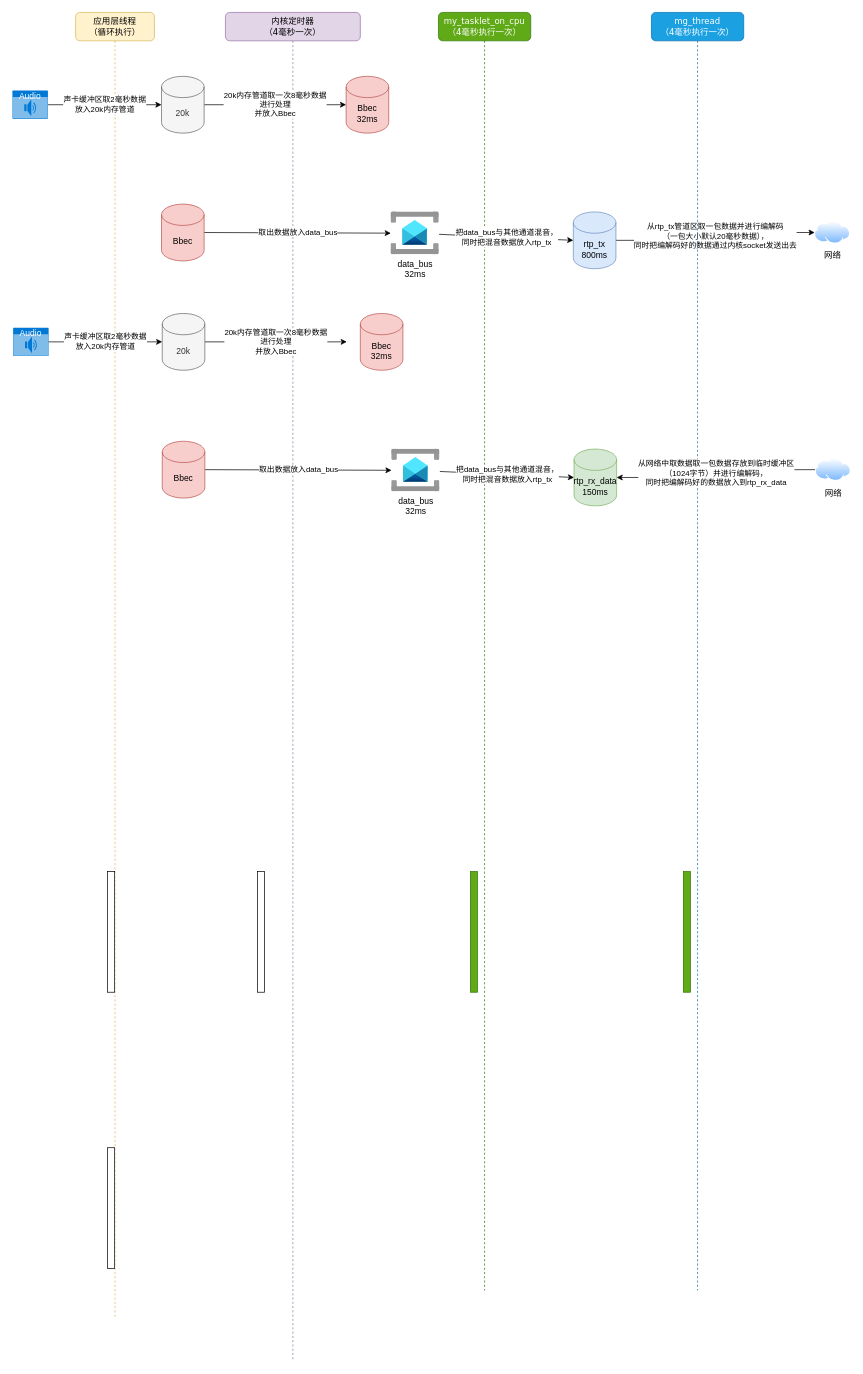
uyuy2043/yy keeps this draw.io diagram as cwp缓冲区数据流图.drawio. Above is the earlier version. Source tidied: cells renumbered, new cells numbered last; positions are measured from the earlier drawing's top-left corner, leaving out a move shared by most shapes. Both pictures are drawn from the tidied source at 71%, with x=0, y=0 at pixel (12, 12).
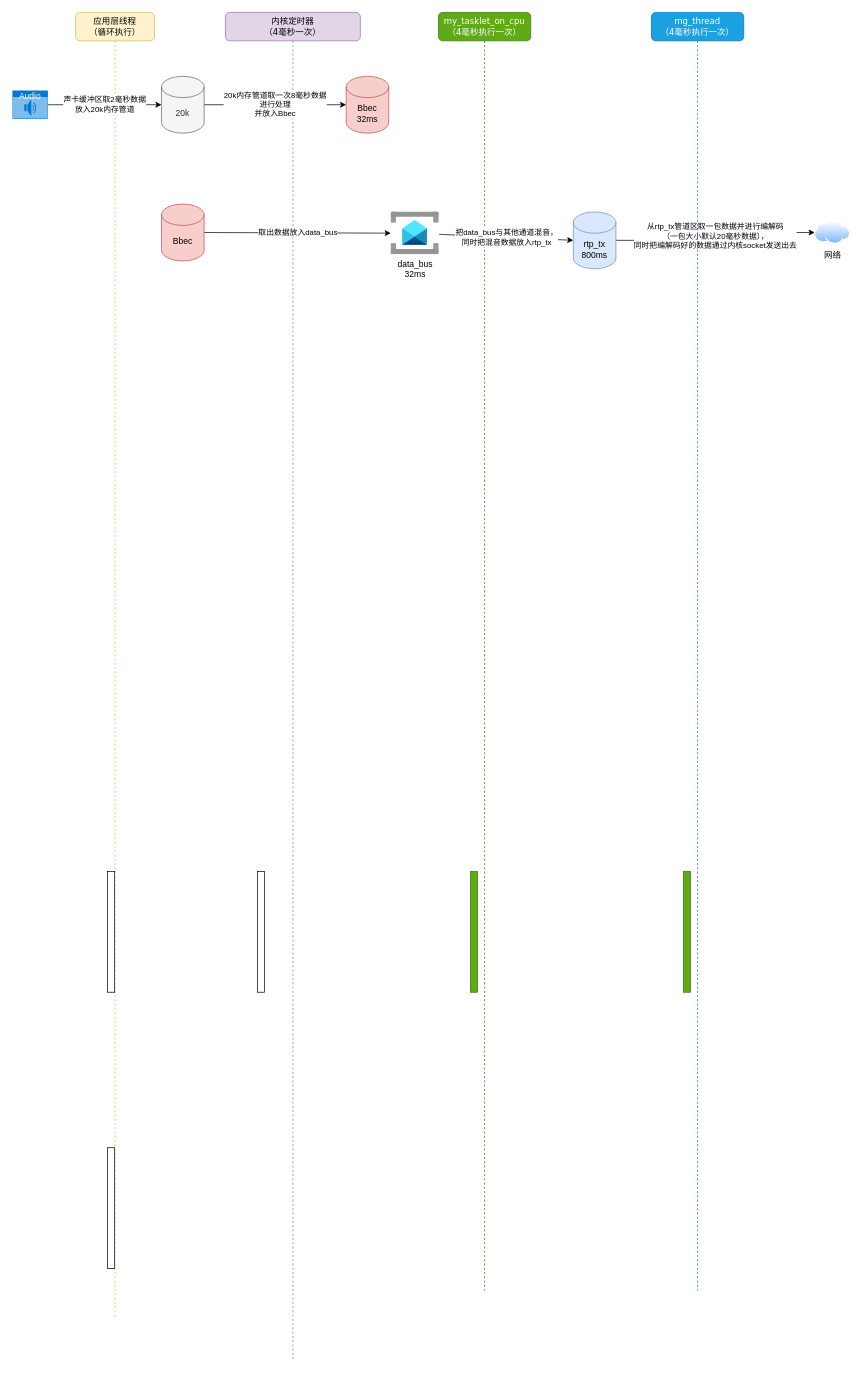
The same page after the edit.

Commit message (it also covers changes not shown here):
更新cwp缓冲区数据流图.drawio

Diff of the diagram source:
```diff
@@
-    <mxCell id="23" value="Audio" style="html=1;whiteSpace=wrap;strokeColor=none;fillColor=#0079D6;labelPosition=center;verticalLabelPosition=middle;verticalAlign=top;align=center;fontSize=12;outlineConnect=0;spacingTop=-6;fontColor=#FFFFFF;sketch=0;shape=mxgraph.sitemap.audio;" parent="1" vertex="1">
-      <mxGeometry x="1" y="444" width="50" height="40" as="geometry" />
-    </mxCell>
-    <mxCell id="24" value="20k内存管道取一次8毫秒数据&lt;br&gt;进行处理&lt;br&gt;并放入Bbec" style="edgeStyle=orthogonalEdgeStyle;rounded=0;orthogonalLoop=1;jettySize=auto;html=1;" parent="1" edge="1">
-      <mxGeometry relative="1" as="geometry">
-        <mxPoint x="271" y="464" as="sourcePoint" />
-        <mxPoint x="471" y="464" as="targetPoint" />
-      </mxGeometry>
-    </mxCell>
-    <mxCell id="25" value="取出数据放入data_bus" style="rounded=0;jettySize=auto;html=1;exitX=1;exitY=0.5;exitDx=0;exitDy=0;exitPerimeter=0;" parent="1" edge="1" source="30" target="32">
-      <mxGeometry relative="1" as="geometry" />
-    </mxCell>
-    <mxCell id="26" value="声卡缓冲区取2毫秒数据&lt;br&gt;放入20k内存管道" style="edgeStyle=orthogonalEdgeStyle;rounded=0;jettySize=auto;html=1;entryX=0;entryY=0.5;entryDx=0;entryDy=0;entryPerimeter=0;" parent="1" edge="1" source="23">
-      <mxGeometry relative="1" as="geometry">
-        <mxPoint x="211" y="464" as="targetPoint" />
-      </mxGeometry>
-    </mxCell>
-    <mxCell id="27" value="从网络中取数据取一包数据存放到临时缓冲区&lt;br&gt;（1024字节）并进行编解码，&lt;br&gt;同时把编解码好的数据放入到rtp_rx_data" style="edgeStyle=orthogonalEdgeStyle;rounded=0;jettySize=auto;html=1;startArrow=classic;startFill=1;endArrow=none;endFill=0;" parent="1" edge="1" source="28" target="31">
-      <mxGeometry relative="1" as="geometry" />
-    </mxCell>
-    <mxCell id="28" value="rtp_rx_data&lt;br&gt;150ms" style="shape=cylinder3;whiteSpace=wrap;html=1;boundedLbl=1;backgroundOutline=1;size=15;fillColor=#d5e8d4;strokeColor=#82b366;" parent="1" vertex="1">
-      <mxGeometry x="791" y="615" width="60" height="80" as="geometry" />
-    </mxCell>
-    <mxCell id="29" value="把data_bus与其他通道混音，&lt;br&gt;同时把混音数据放入rtp_tx" style="rounded=0;jettySize=auto;html=1;entryX=0;entryY=0.5;entryDx=0;entryDy=0;entryPerimeter=0;" parent="1" edge="1" source="32" target="28">
-      <mxGeometry relative="1" as="geometry" />
-    </mxCell>
-    <mxCell id="30" value="Bbec" style="shape=cylinder3;whiteSpace=wrap;html=1;boundedLbl=1;backgroundOutline=1;size=15;fillColor=#f8cecc;strokeColor=#b85450;" parent="1" vertex="1">
-      <mxGeometry x="211" y="604" width="60" height="80" as="geometry" />
-    </mxCell>
-    <mxCell id="31" value="网络" style="image;perimeter=ellipsePerimeter;html=1;align=center;shadow=0;dashed=0;spacingTop=3;image=img/lib/active_directory/internet_cloud.svg;" parent="1" vertex="1">
-      <mxGeometry x="1131" y="628.2" width="50" height="31.5" as="geometry" />
-    </mxCell>
-    <mxCell id="32" value="data_bus&lt;br&gt;32ms" style="image;html=1;points=[];align=center;fontSize=12;image=img/lib/azure2/integration/Service_Bus.svg;" parent="1" vertex="1">
-      <mxGeometry x="534" y="615" width="68" height="60" as="geometry" />
-    </mxCell>
-    <mxCell id="33" value="20k" style="shape=cylinder3;whiteSpace=wrap;html=1;boundedLbl=1;backgroundOutline=1;size=15;fillColor=#f5f5f5;fontColor=#333333;strokeColor=#666666;" parent="1" vertex="1">
-      <mxGeometry x="211" y="424" width="60" height="80" as="geometry" />
-    </mxCell>
-    <mxCell id="34" value="Bbec&lt;br&gt;32ms" style="shape=cylinder3;whiteSpace=wrap;html=1;boundedLbl=1;backgroundOutline=1;size=15;fillColor=#f8cecc;strokeColor=#b85450;" parent="1" vertex="1">
-      <mxGeometry x="490" y="424" width="60" height="80" as="geometry" />
-    </mxCell>
```
